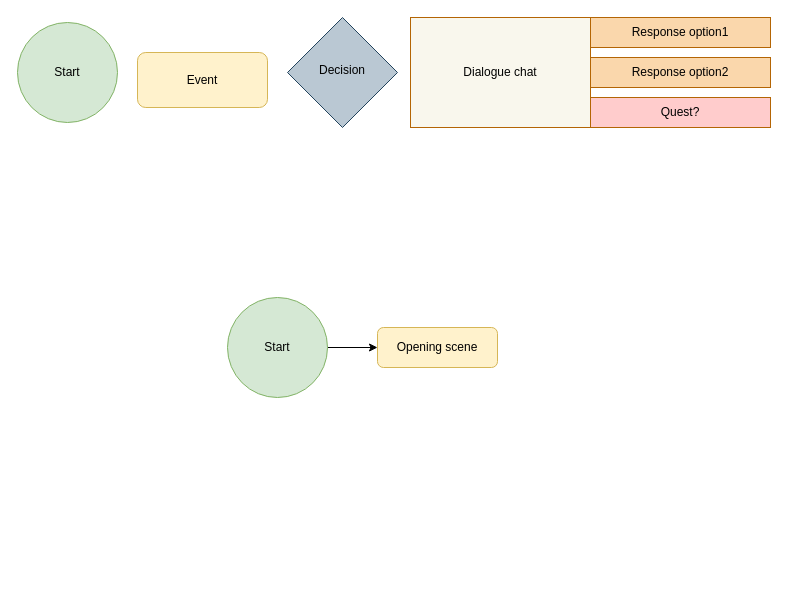
Earlier version of the draw.io diagram CCTP_Narrative_FlowChart.drawio (R-Jassasi/Draw.io). Source tidied: cells renumbered, new cells numbered last; positions are measured from the earlier drawing's top-left corner, leaving out a move shared by most shapes. Both pictures are drawn from the tidied source at 100%, with x=0, y=0 at pixel (17, 17).
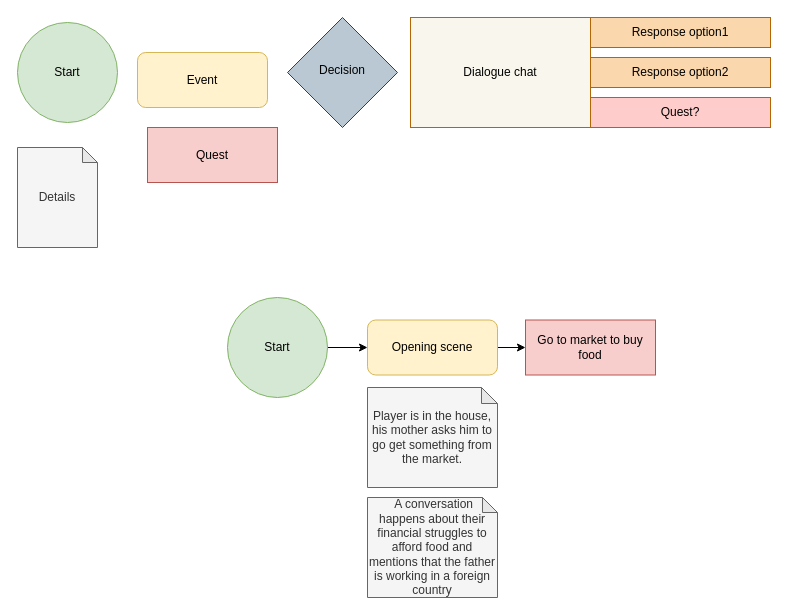
After the change.

What changed in the source:
```diff
@@
 <mxGraphModel>
   <root>
     <mxCell id="0" />
     <mxCell id="1" parent="0" />
     <mxCell id="2" value="Event" style="rounded=1;whiteSpace=wrap;html=1;fontSize=12;glass=0;strokeWidth=1;shadow=0;fillColor=#fff2cc;strokeColor=#d6b656;" parent="1" vertex="1">
       <mxGeometry x="120" y="35" width="130" height="55" as="geometry" />
     </mxCell>
     <mxCell id="3" style="group;" parent="1" vertex="1">
       <mxGeometry x="393" width="360" height="110" as="geometry" />
     </mxCell>
     <mxCell id="4" value="Dialogue chat" style="rounded=0;whiteSpace=wrap;html=1;fontSize=12;glass=0;strokeWidth=1;shadow=0;fillColor=#f9f7ed;strokeColor=#B46504;" parent="3" vertex="1">
       <mxGeometry width="180" height="110" as="geometry" />
     </mxCell>
     <mxCell id="5" value="Response option1" style="rounded=0;whiteSpace=wrap;html=1;fontSize=12;glass=0;strokeWidth=1;shadow=0;fillColor=#fad7ac;strokeColor=#b46504;" parent="3" vertex="1">
       <mxGeometry x="180" width="180" height="30" as="geometry" />
     </mxCell>
     <mxCell id="6" value="Response option2" style="rounded=0;whiteSpace=wrap;html=1;fontSize=12;glass=0;strokeWidth=1;shadow=0;fillColor=#fad7ac;strokeColor=#b46504;" parent="3" vertex="1">
       <mxGeometry x="180" y="40" width="180" height="30" as="geometry" />
     </mxCell>
     <mxCell id="7" value="Quest?" style="rounded=0;whiteSpace=wrap;html=1;fontSize=12;glass=0;strokeWidth=1;shadow=0;fillColor=#ffcccc;strokeColor=#B46504;" parent="3" vertex="1">
       <mxGeometry x="180" y="80" width="180" height="30" as="geometry" />
     </mxCell>
     <mxCell id="8" value="Decision" style="rhombus;whiteSpace=wrap;html=1;shadow=0;fontFamily=Helvetica;fontSize=12;align=center;strokeWidth=1;spacing=6;spacingTop=-4;fillColor=#bac8d3;strokeColor=#23445d;" parent="1" vertex="1">
       <mxGeometry x="270" width="110" height="110" as="geometry" />
     </mxCell>
     <mxCell id="9" value="Start" style="ellipse;whiteSpace=wrap;html=1;fillColor=#d5e8d4;strokeColor=#82b366;" parent="1" vertex="1">
       <mxGeometry y="5" width="100" height="100" as="geometry" />
     </mxCell>
-    <mxCell id="10" style="edgeStyle=orthogonalEdgeStyle;rounded=0;jettySize=auto;html=1;exitX=1;exitY=0.5;exitDx=0;exitDy=0;" parent="1" edge="1" source="11" target="12">
+    <mxCell id="10" style="edgeStyle=orthogonalEdgeStyle;rounded=0;jettySize=auto;html=1;" parent="1" edge="1" source="11" target="12">
       <mxGeometry relative="1" as="geometry" />
     </mxCell>
     <mxCell id="11" value="Start" style="ellipse;whiteSpace=wrap;html=1;fillColor=#d5e8d4;strokeColor=#82b366;" parent="1" vertex="1">
       <mxGeometry x="210" y="280" width="100" height="100" as="geometry" />
     </mxCell>
+    <mxCell id="13" value="Details" style="shape=note;whiteSpace=wrap;html=1;backgroundOutline=1;darkOpacity=0.05;fillColor=#f5f5f5;fontColor=#333333;strokeColor=#666666;size=15;" parent="1" vertex="1">
+      <mxGeometry y="130" width="80" height="100" as="geometry" />
+    </mxCell>
+    <mxCell id="14" style="edgeStyle=orthogonalEdgeStyle;rounded=0;jettySize=auto;html=1;exitX=1;exitY=0.5;exitDx=0;exitDy=0;" parent="1" edge="1" source="12" target="17">
+      <mxGeometry relative="1" as="geometry" />
+    </mxCell>
     <mxCell id="12" value="Opening scene" style="rounded=1;whiteSpace=wrap;html=1;fontSize=12;glass=0;strokeWidth=1;shadow=0;fillColor=#fff2cc;strokeColor=#d6b656;" parent="1" vertex="1">
-      <mxGeometry x="360" y="310" width="120" height="40" as="geometry" />
+      <mxGeometry x="350" y="302.5" width="130" height="55" as="geometry" />
     </mxCell>
+    <mxCell id="15" value="Player is in the house, his mother asks him to go get something from the market." style="shape=note;whiteSpace=wrap;html=1;backgroundOutline=1;darkOpacity=0.05;fillColor=#f5f5f5;fontColor=#333333;strokeColor=#666666;size=16;" parent="1" vertex="1">
+      <mxGeometry x="350" y="370" width="130" height="100" as="geometry" />
+    </mxCell>
+    <mxCell id="16" value="&amp;nbsp;A conversation happens about their financial struggles to afford food and mentions that the father is working in a foreign country" style="shape=note;whiteSpace=wrap;html=1;backgroundOutline=1;darkOpacity=0.05;fillColor=#f5f5f5;fontColor=#333333;strokeColor=#666666;size=15;" parent="1" vertex="1">
+      <mxGeometry x="350" y="480" width="130" height="100" as="geometry" />
+    </mxCell>
+    <mxCell id="17" value="Go to market to buy food" style="rounded=0;whiteSpace=wrap;html=1;fontSize=12;glass=0;strokeWidth=1;shadow=0;fillColor=#f8cecc;strokeColor=#b85450;" parent="1" vertex="1">
+      <mxGeometry x="508" y="302.5" width="130" height="55" as="geometry" />
+    </mxCell>
+    <mxCell id="18" value="Quest" style="rounded=0;whiteSpace=wrap;html=1;fontSize=12;glass=0;strokeWidth=1;shadow=0;fillColor=#f8cecc;strokeColor=#b85450;" parent="1" vertex="1">
+      <mxGeometry x="130" y="110" width="130" height="55" as="geometry" />
+    </mxCell>
   </root>
 </mxGraphModel>
```
